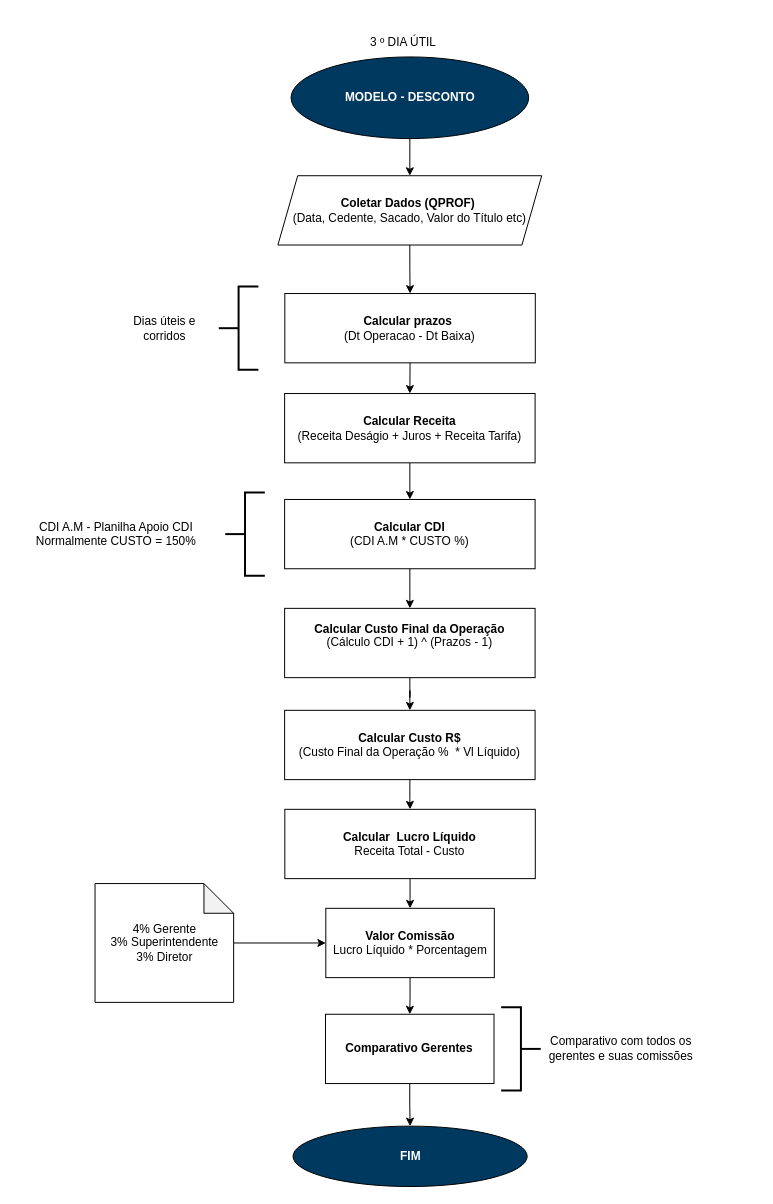
Before: page "DESCONTO" (1 of 4) of FLUXOGRAMAS.drawio in henriquelima0/exercicios-fiap, a draw.io diagram. Source tidied: cells renumbered, new cells numbered last; positions are measured from the earlier drawing's top-left corner, leaving out a move shared by most shapes. Both pictures are drawn from the tidied source at 99%, with x=0, y=0 at pixel (17, 17).
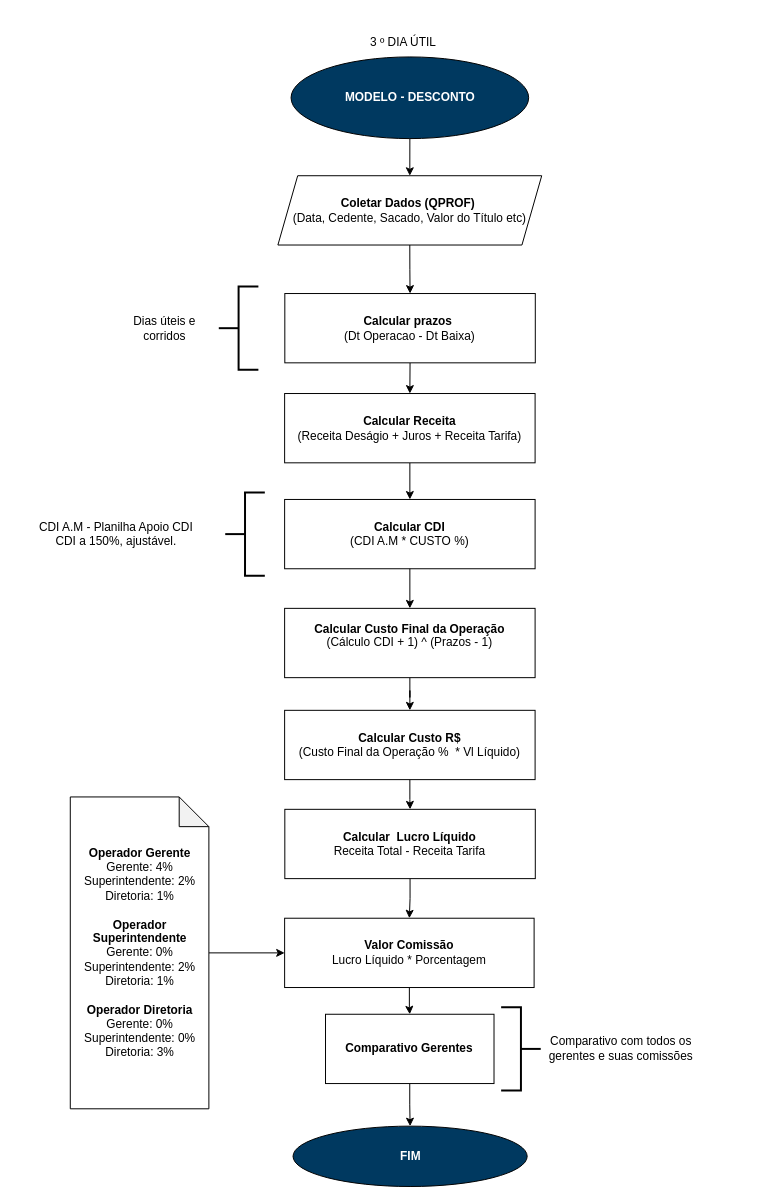
The same diagram, later.

The change refers to these unchanged cells:
```xml
<mxCell id="25" style="group;" parent="1" vertex="1">
  <mxGeometry y="480" width="523" height="84" as="geometry" />
</mxCell>
```

Diff of the diagram source:
```diff
@@
-    <mxCell id="18" value="&lt;b&gt;Calcular&amp;nbsp;&amp;nbsp;&lt;/b&gt;&lt;b&gt;Lucro Líquido&lt;br&gt;&lt;/b&gt;Receita Total -&amp;nbsp;&lt;span style=&quot;background-color: initial;&quot;&gt;Custo&lt;/span&gt;" style="rounded=0;whiteSpace=wrap;html=1;" parent="1" vertex="1">
+    <mxCell id="18" value="&lt;b&gt;Calcular&amp;nbsp;&amp;nbsp;&lt;/b&gt;&lt;b&gt;Lucro Líquido&lt;br&gt;&lt;/b&gt;Receita Total - Receita Tarifa" style="rounded=0;whiteSpace=wrap;html=1;" parent="1" vertex="1">
       <mxGeometry x="270.2" y="800" width="253" height="70" as="geometry" />
     </mxCell>
@@
     <mxCell id="20" value="&lt;b&gt;Valor Comissão&lt;br&gt;&lt;/b&gt;Lucro Líquido * Porcentagem" style="rounded=0;whiteSpace=wrap;html=1;" parent="1" vertex="1">
-      <mxGeometry x="311.6" y="900" width="170.2" height="70" as="geometry" />
+      <mxGeometry x="270" y="910" width="252" height="70" as="geometry" />
     </mxCell>
@@
-    <mxCell id="24" value="&lt;div&gt;4% Gerente&lt;br&gt;3% Superintendente&lt;/div&gt;3% Diretor" style="shape=note;whiteSpace=wrap;html=1;backgroundOutline=1;darkOpacity=0.05;" parent="1" vertex="1">
-      <mxGeometry x="78.5" y="875" width="140" height="120" as="geometry" />
+    <mxCell id="24" value="&lt;div&gt;&lt;b&gt;Operador Gerente&lt;/b&gt;&lt;/div&gt;&lt;div&gt;Gerente: 4%&lt;/div&gt;&lt;div&gt;Superintendente: 2%&lt;/div&gt;&lt;div&gt;Diretoria: 1%&lt;/div&gt;&lt;div&gt;&lt;br&gt;&lt;/div&gt;&lt;div&gt;&lt;b&gt;Operador Superintendente&lt;/b&gt;&lt;/div&gt;&lt;div&gt;Gerente: 0%&lt;/div&gt;&lt;div&gt;Superintendente: 2%&lt;/div&gt;&lt;div&gt;Diretoria: 1%&lt;/div&gt;&lt;div&gt;&lt;br&gt;&lt;/div&gt;&lt;div&gt;&lt;b&gt;Operador Diretoria&lt;/b&gt;&lt;/div&gt;&lt;div&gt;Gerente: 0%&lt;/div&gt;&lt;div&gt;Superintendente: 0%&lt;/div&gt;&lt;div&gt;Diretoria: 3%&lt;/div&gt;&lt;div&gt;&lt;/div&gt;" style="shape=note;whiteSpace=wrap;html=1;backgroundOutline=1;darkOpacity=0.05;" parent="1" vertex="1">
+      <mxGeometry x="53.5" y="787.5" width="140" height="315" as="geometry" />
     </mxCell>
@@
-    <mxCell id="26" value="CDI A.M - Planilha Apoio CDI&lt;div&gt;Normalmente CUSTO = 150%&lt;/div&gt;" style="text;html=1;align=center;verticalAlign=middle;whiteSpace=wrap;rounded=0;" parent="25" vertex="1">
+    <mxCell id="26" value="CDI A.M - Planilha Apoio CDI&lt;div&gt;CDI a 150%, ajustável.&lt;br&gt;&lt;/div&gt;" style="text;html=1;align=center;verticalAlign=middle;whiteSpace=wrap;rounded=0;" parent="25" vertex="1">
       <mxGeometry y="24" width="200" height="36" as="geometry" />
     </mxCell>
```
